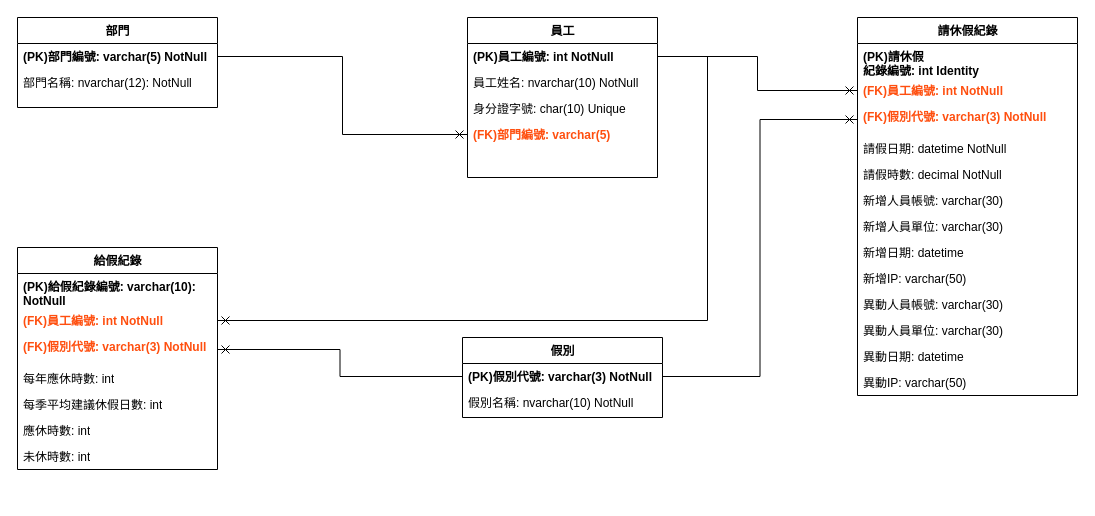
Above: Untitled Diagram.drawio in loveblue0121/T-SQL-ER (draw.io), before the change. Source tidied: cells renumbered, new cells numbered last; positions are measured from the earlier drawing's top-left corner, leaving out a move shared by most shapes. Both pictures are drawn from the tidied source at 100%, with x=0, y=0 at pixel (17, 17).
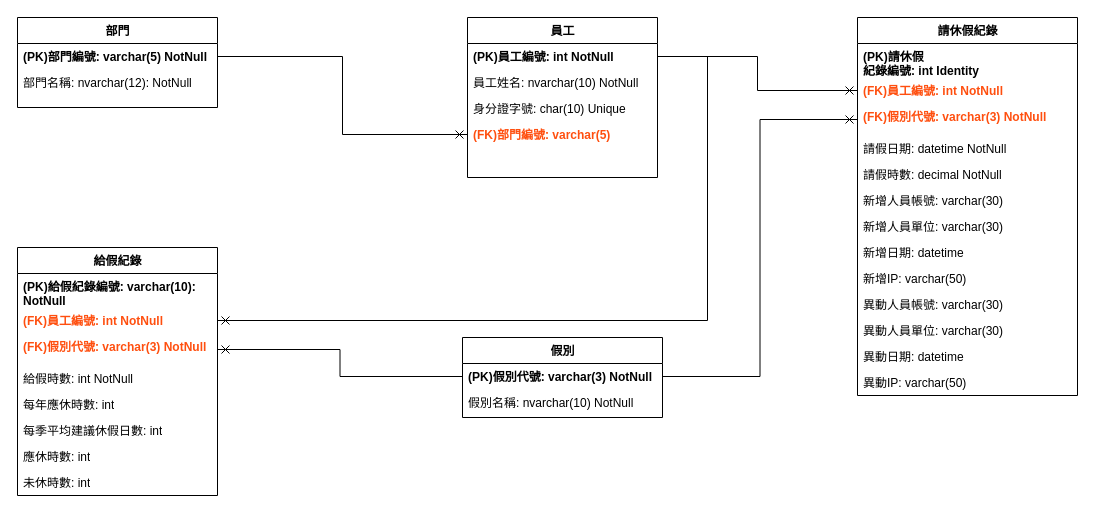
After the change.

What changed in the source:
```diff
@@
     <mxCell id="25" value="給假紀錄" style="swimlane;html=1;fontStyle=1;align=center;verticalAlign=top;horizontal=1;startSize=26;swimlaneFillColor=#ffffff;rounded=0;shadow=0;comic=0;labelBackgroundColor=none;strokeWidth=1;fillColor=none;fontFamily=Verdana;fontSize=12;" parent="1" vertex="1">
-      <mxGeometry y="230" width="200" height="222" as="geometry" />
+      <mxGeometry y="230" width="200" height="248" as="geometry" />
     </mxCell>
@@
+    <mxCell id="41" value="給假時數: int NotNull" style="text;html=1;strokeColor=none;fillColor=none;align=left;verticalAlign=top;spacingLeft=4;spacingRight=4;whiteSpace=wrap;overflow=hidden;" parent="25" vertex="1">
+      <mxGeometry y="118" width="200" height="26" as="geometry" />
+    </mxCell>
     <mxCell id="29" value="每年應休時數: int" style="text;html=1;strokeColor=none;fillColor=none;align=left;verticalAlign=top;spacingLeft=4;spacingRight=4;whiteSpace=wrap;overflow=hidden;" parent="25" vertex="1">
-      <mxGeometry y="118" width="200" height="26" as="geometry" />
+      <mxGeometry y="144" width="200" height="26" as="geometry" />
     </mxCell>
     <mxCell id="30" value="每季平均建議休假日數: int" style="text;html=1;strokeColor=none;fillColor=none;align=left;verticalAlign=top;spacingLeft=4;spacingRight=4;whiteSpace=wrap;overflow=hidden;" parent="25" vertex="1">
-      <mxGeometry y="144" width="200" height="26" as="geometry" />
+      <mxGeometry y="170" width="200" height="26" as="geometry" />
     </mxCell>
     <mxCell id="31" value="應休時數: int" style="text;html=1;strokeColor=none;fillColor=none;align=left;verticalAlign=top;spacingLeft=4;spacingRight=4;whiteSpace=wrap;overflow=hidden;" parent="25" vertex="1">
-      <mxGeometry y="170" width="200" height="26" as="geometry" />
+      <mxGeometry y="196" width="200" height="26" as="geometry" />
     </mxCell>
     <mxCell id="32" value="未休時數: int" style="text;html=1;strokeColor=none;fillColor=none;align=left;verticalAlign=top;spacingLeft=4;spacingRight=4;whiteSpace=wrap;overflow=hidden;" parent="25" vertex="1">
-      <mxGeometry y="196" width="200" height="26" as="geometry" />
+      <mxGeometry y="222" width="200" height="26" as="geometry" />
     </mxCell>
```
